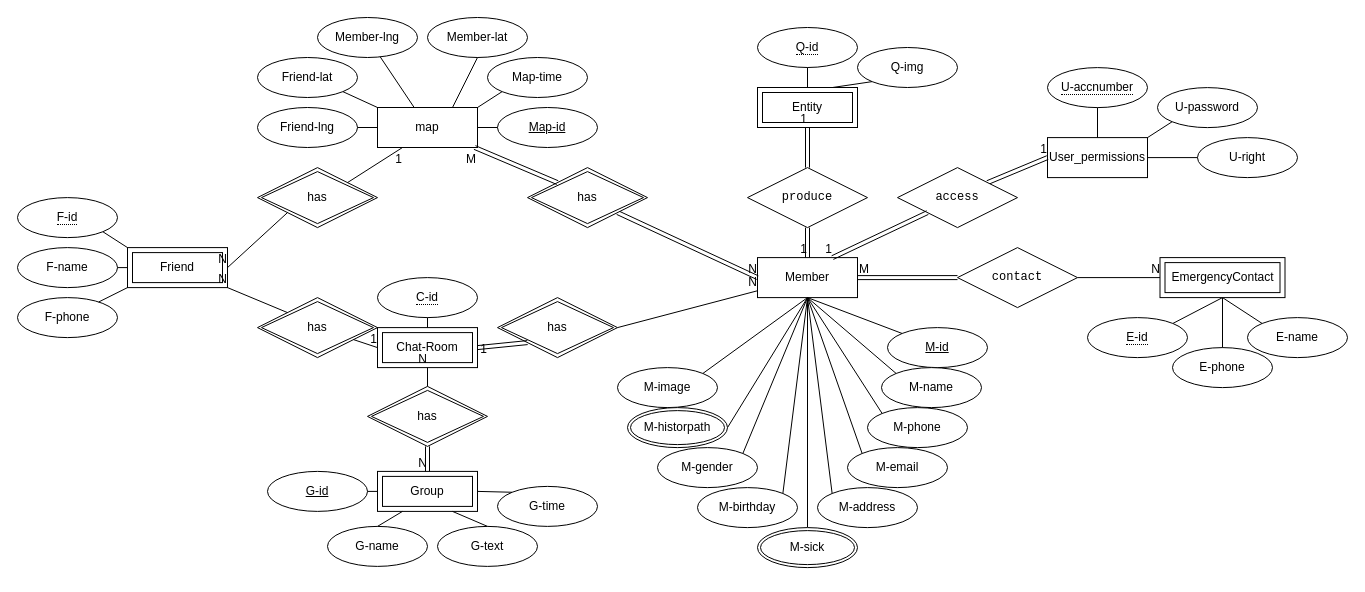
The draw.io diagram page "ER-Mod" (3 of 3) of Untitled Diagram.drawio in may900620/codepanimg, before the edit. Source tidied: cells renumbered, new cells numbered last; positions are measured from the earlier drawing's top-left corner, leaving out a move shared by most shapes. Both pictures are drawn from the tidied source at 100%, with x=0, y=0 at pixel (17, 17).
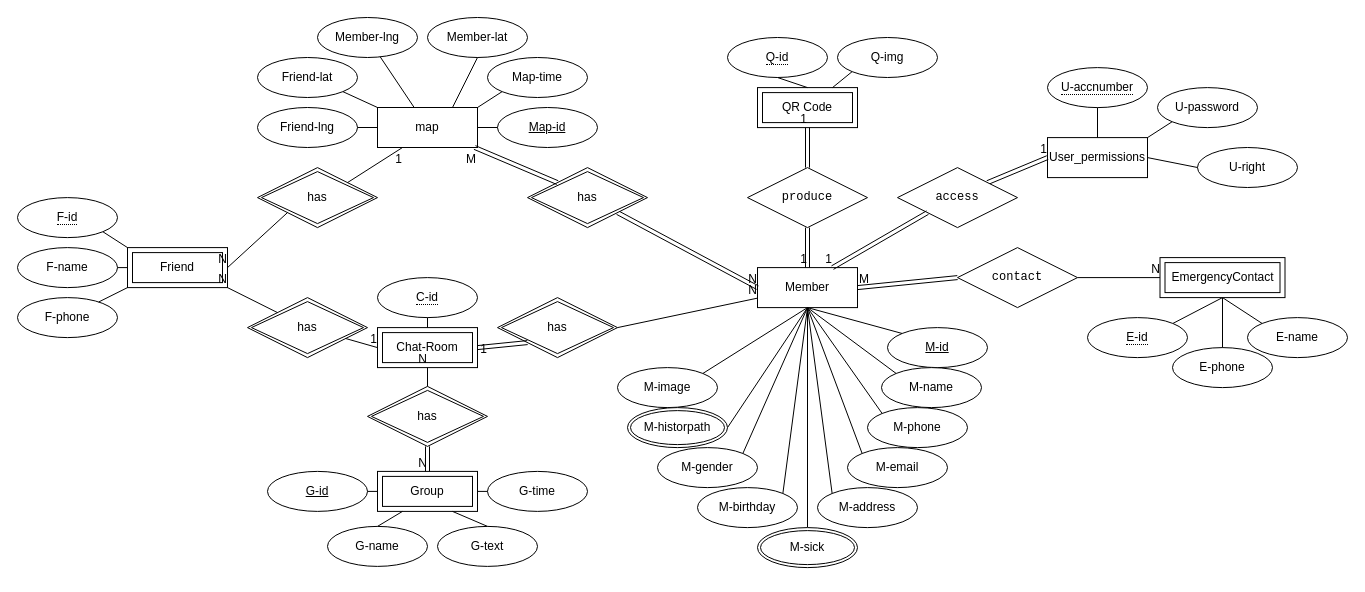
After the change.

The change refers to these unchanged cells:
```xml
<mxCell id="69" value="Group" style="shape=ext;margin=3;double=1;whiteSpace=wrap;html=1;align=center;gradientColor=none;" parent="1" vertex="1">
  <mxGeometry x="360" y="453.9" width="100" height="40" as="geometry" />
</mxCell>
```

Change to the diagram source:
```diff
@@
     <mxCell id="3" value="Member" style="whiteSpace=wrap;html=1;align=center;" parent="1" vertex="1">
-      <mxGeometry x="740" y="240.1" width="100" height="40" as="geometry" />
+      <mxGeometry x="740" y="250.1" width="100" height="40" as="geometry" />
     </mxCell>
@@
     <mxCell id="39" value="U-right" style="ellipse;whiteSpace=wrap;html=1;align=center;gradientColor=none;" parent="1" vertex="1">
-      <mxGeometry x="1180" y="120.1" width="100" height="40" as="geometry" />
+      <mxGeometry x="1180" y="130" width="100" height="40" as="geometry" />
     </mxCell>
@@
     <mxCell id="44" value="Q-img" style="ellipse;whiteSpace=wrap;html=1;align=center;gradientColor=none;" parent="1" vertex="1">
-      <mxGeometry x="840" y="30" width="100" height="40" as="geometry" />
+      <mxGeometry x="820" y="20" width="100" height="40" as="geometry" />
     </mxCell>
     <mxCell id="45" value="&lt;span style=&quot;border-bottom: 1px dotted&quot;&gt;Q-id&lt;/span&gt;" style="ellipse;whiteSpace=wrap;html=1;align=center;gradientColor=none;" parent="1" vertex="1">
-      <mxGeometry x="740" y="10" width="100" height="40" as="geometry" />
+      <mxGeometry x="710" y="20" width="100" height="40" as="geometry" />
     </mxCell>
-    <mxCell id="46" value="Entity" style="shape=ext;margin=3;double=1;whiteSpace=wrap;html=1;align=center;gradientColor=none;" parent="1" vertex="1">
-      <mxGeometry x="740" y="70" width="100" height="40" as="geometry" />
+    <mxCell id="46" value="QR Code" style="shape=ext;margin=3;double=1;whiteSpace=wrap;html=1;align=center;gradientColor=none;" parent="1" vertex="1">
+      <mxGeometry x="740" y="70.1" width="100" height="40" as="geometry" />
     </mxCell>
@@
     <mxCell id="86" value="has" style="shape=rhombus;perimeter=rhombusPerimeter;whiteSpace=wrap;html=1;align=center;gradientColor=none;double=1;" parent="1" vertex="1">
-      <mxGeometry x="240" y="280.1" width="120" height="60" as="geometry" />
+      <mxGeometry x="230" y="280.1" width="120" height="60" as="geometry" />
     </mxCell>
@@
     <mxCell id="90" value="G-time" style="ellipse;whiteSpace=wrap;html=1;align=center;gradientColor=none;" parent="1" vertex="1">
-      <mxGeometry x="480" y="468.9" width="100" height="40" as="geometry" />
+      <mxGeometry x="470" y="453.9" width="100" height="40" as="geometry" />
     </mxCell>
@@
-    <mxCell id="95" style="endArrow=none;html=1;rounded=0;entryX=1;entryY=0.5;entryDx=0;entryDy=0;exitX=0;exitY=0;exitDx=0;exitDy=0;" parent="1" edge="1" source="90" target="69">
+    <mxCell id="95" style="endArrow=none;html=1;rounded=0;entryX=1;entryY=0.5;entryDx=0;entryDy=0;exitX=0;exitY=0.5;exitDx=0;exitDy=0;" parent="1" edge="1" source="90" target="69">
       <mxGeometry relative="1" as="geometry" />
     </mxCell>
```
